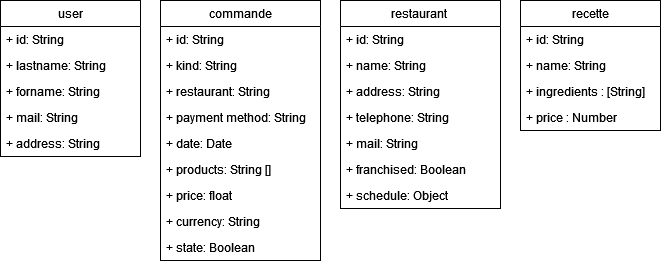
Above: Database model/DatabaseModel.drawio.png in obaconnais/good_food_2.0 (draw.io), before the change. Source tidied: cells renumbered, new cells last; positions are measured from the earlier drawing's top-left corner, leaving out a move shared by most shapes.
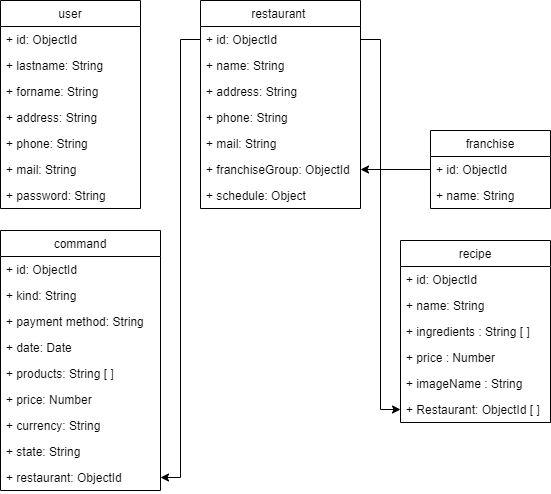
After the change.

Change to the diagram source:
```diff
@@ -3,9 +3,9 @@
     <mxCell id="0" />
     <mxCell id="1" parent="0" />
     <mxCell id="2" value="user" style="swimlane;fontStyle=0;horizontal=1;startSize=26;fillColor=none;" parent="1" vertex="1">
-      <mxGeometry width="140" height="156" as="geometry" />
+      <mxGeometry x="100" y="-80" width="140" height="208" as="geometry" />
     </mxCell>
-    <mxCell id="3" value="+ id: String" style="text;strokeColor=none;fillColor=none;align=left;verticalAlign=top;spacingLeft=4;spacingRight=4;overflow=hidden;" parent="2" vertex="1">
+    <mxCell id="3" value="+ id: ObjectId" style="text;strokeColor=none;fillColor=none;align=left;verticalAlign=top;spacingLeft=4;spacingRight=4;overflow=hidden;" parent="2" vertex="1">
       <mxGeometry y="26" width="140" height="26" as="geometry" />
     </mxCell>
     <mxCell id="4" value="+ lastname: String" style="text;strokeColor=none;fillColor=none;align=left;verticalAlign=top;spacingLeft=4;spacingRight=4;overflow=hidden;" parent="2" vertex="1">
@@ -14,16 +14,22 @@
     <mxCell id="5" value="+ forname: String" style="text;strokeColor=none;fillColor=none;align=left;verticalAlign=top;spacingLeft=4;spacingRight=4;overflow=hidden;" parent="2" vertex="1">
       <mxGeometry y="78" width="140" height="26" as="geometry" />
     </mxCell>
+    <mxCell id="31" value="+ address: String" style="text;strokeColor=none;fillColor=none;align=left;verticalAlign=top;spacingLeft=4;spacingRight=4;overflow=hidden;" parent="2" vertex="1">
+      <mxGeometry y="104" width="140" height="26" as="geometry" />
+    </mxCell>
+    <mxCell id="7" value="+ phone: String" style="text;strokeColor=none;fillColor=none;align=left;verticalAlign=top;spacingLeft=4;spacingRight=4;overflow=hidden;" parent="2" vertex="1">
+      <mxGeometry y="130" width="140" height="26" as="geometry" />
+    </mxCell>
     <mxCell id="6" value="+ mail: String" style="text;strokeColor=none;fillColor=none;align=left;verticalAlign=top;spacingLeft=4;spacingRight=4;overflow=hidden;" parent="2" vertex="1">
-      <mxGeometry y="104" width="140" height="26" as="geometry" />
+      <mxGeometry y="156" width="140" height="26" as="geometry" />
     </mxCell>
-    <mxCell id="7" value="+ address: String" style="text;strokeColor=none;fillColor=none;align=left;verticalAlign=top;spacingLeft=4;spacingRight=4;overflow=hidden;" parent="2" vertex="1">
-      <mxGeometry y="130" width="140" height="26" as="geometry" />
-    </mxCell>
+    <mxCell id="32" value="+ password: String" style="text;strokeColor=none;fillColor=none;align=left;verticalAlign=top;spacingLeft=4;spacingRight=4;overflow=hidden;" parent="2" vertex="1">
+      <mxGeometry y="182" width="140" height="26" as="geometry" />
+    </mxCell>
     <mxCell id="8" value="restaurant " style="swimlane;fontStyle=0;horizontal=1;startSize=26;fillColor=none;" parent="1" vertex="1">
-      <mxGeometry x="340" width="160" height="208" as="geometry" />
+      <mxGeometry x="300" y="-80" width="160" height="208" as="geometry" />
     </mxCell>
-    <mxCell id="9" value="+ id: String" style="text;strokeColor=none;fillColor=none;align=left;verticalAlign=top;spacingLeft=4;spacingRight=4;overflow=hidden;points=[[0,0.5],[1,0.5]];portConstraint=eastwest;" parent="8" vertex="1">
+    <mxCell id="9" value="+ id: ObjectId" style="text;strokeColor=none;fillColor=none;align=left;verticalAlign=top;spacingLeft=4;spacingRight=4;overflow=hidden;points=[[0,0.5],[1,0.5]];portConstraint=eastwest;" parent="8" vertex="1">
       <mxGeometry y="26" width="160" height="26" as="geometry" />
     </mxCell>
     <mxCell id="10" value="+ name: String" style="text;strokeColor=none;fillColor=none;align=left;verticalAlign=top;spacingLeft=4;spacingRight=4;overflow=hidden;" parent="8" vertex="1">
@@ -32,62 +38,86 @@
     <mxCell id="11" value="+ address: String" style="text;strokeColor=none;fillColor=none;align=left;verticalAlign=top;spacingLeft=4;spacingRight=4;overflow=hidden;" parent="8" vertex="1">
       <mxGeometry y="78" width="160" height="26" as="geometry" />
     </mxCell>
-    <mxCell id="12" value="+ telephone: String" style="text;strokeColor=none;fillColor=none;align=left;verticalAlign=top;spacingLeft=4;spacingRight=4;overflow=hidden;" parent="8" vertex="1">
+    <mxCell id="12" value="+ phone: String" style="text;strokeColor=none;fillColor=none;align=left;verticalAlign=top;spacingLeft=4;spacingRight=4;overflow=hidden;" parent="8" vertex="1">
       <mxGeometry y="104" width="160" height="26" as="geometry" />
     </mxCell>
     <mxCell id="13" value="+ mail: String" style="text;strokeColor=none;fillColor=none;align=left;verticalAlign=top;spacingLeft=4;spacingRight=4;overflow=hidden;" parent="8" vertex="1">
       <mxGeometry y="130" width="160" height="26" as="geometry" />
     </mxCell>
-    <mxCell id="14" value="+ franchised: Boolean" style="text;strokeColor=none;fillColor=none;align=left;verticalAlign=top;spacingLeft=4;spacingRight=4;overflow=hidden;points=[[0,0.5],[1,0.5]];portConstraint=eastwest;" parent="8" vertex="1">
+    <mxCell id="14" value="+ franchiseGroup: ObjectId" style="text;strokeColor=none;fillColor=none;align=left;verticalAlign=top;spacingLeft=4;spacingRight=4;overflow=hidden;points=[[0,0.5],[1,0.5]];portConstraint=eastwest;" parent="8" vertex="1">
       <mxGeometry y="156" width="160" height="26" as="geometry" />
     </mxCell>
     <mxCell id="15" value="+ schedule: Object" style="text;strokeColor=none;fillColor=none;align=left;verticalAlign=top;spacingLeft=4;spacingRight=4;overflow=hidden;" parent="8" vertex="1">
       <mxGeometry y="182" width="160" height="26" as="geometry" />
     </mxCell>
-    <mxCell id="16" value="recette" style="swimlane;fontStyle=0;horizontal=1;startSize=26;fillColor=none;" parent="1" vertex="1">
-      <mxGeometry x="520" width="140" height="130" as="geometry" />
+    <mxCell id="16" value="franchise" style="swimlane;fontStyle=0;horizontal=1;startSize=26;fillColor=none;" parent="1" vertex="1">
+      <mxGeometry x="530" y="50" width="120" height="78" as="geometry" />
     </mxCell>
-    <mxCell id="17" value="+ id: String" style="text;strokeColor=none;fillColor=none;align=left;verticalAlign=top;spacingLeft=4;spacingRight=4;overflow=hidden;points=[[0,0.5],[1,0.5]];portConstraint=eastwest;" parent="16" vertex="1">
-      <mxGeometry y="26" width="140" height="26" as="geometry" />
+    <mxCell id="17" value="+ id: ObjectId" style="text;strokeColor=none;fillColor=none;align=left;verticalAlign=top;spacingLeft=4;spacingRight=4;overflow=hidden;points=[[0,0.5],[1,0.5]];portConstraint=eastwest;" parent="16" vertex="1">
+      <mxGeometry y="26" width="120" height="26" as="geometry" />
     </mxCell>
     <mxCell id="18" value="+ name: String" style="text;strokeColor=none;fillColor=none;align=left;verticalAlign=top;spacingLeft=4;spacingRight=4;overflow=hidden;" parent="16" vertex="1">
-      <mxGeometry y="52" width="140" height="26" as="geometry" />
+      <mxGeometry y="52" width="120" height="26" as="geometry" />
     </mxCell>
-    <mxCell id="19" value="+ ingredients : [String]" style="text;strokeColor=none;fillColor=none;align=left;verticalAlign=top;spacingLeft=4;spacingRight=4;overflow=hidden;" parent="16" vertex="1">
-      <mxGeometry y="78" width="140" height="26" as="geometry" />
-    </mxCell>
-    <mxCell id="20" value="+ price : Number" style="text;strokeColor=none;fillColor=none;align=left;verticalAlign=top;spacingLeft=4;spacingRight=4;overflow=hidden;" parent="16" vertex="1">
-      <mxGeometry y="104" width="140" height="26" as="geometry" />
-    </mxCell>
-    <mxCell id="21" value="commande" style="swimlane;fontStyle=0;horizontal=1;startSize=26;fillColor=none;" parent="1" vertex="1">
-      <mxGeometry x="160" width="160" height="260" as="geometry" />
+    <mxCell id="21" value="command" style="swimlane;fontStyle=0;horizontal=1;startSize=26;fillColor=none;" parent="1" vertex="1">
+      <mxGeometry x="100" y="150" width="160" height="260" as="geometry" />
     </mxCell>
-    <mxCell id="22" value="+ id: String" style="text;strokeColor=none;fillColor=none;align=left;verticalAlign=top;spacingLeft=4;spacingRight=4;overflow=hidden;" parent="21" vertex="1">
+    <mxCell id="22" value="+ id: ObjectId" style="text;strokeColor=none;fillColor=none;align=left;verticalAlign=top;spacingLeft=4;spacingRight=4;overflow=hidden;" parent="21" vertex="1">
       <mxGeometry y="26" width="160" height="26" as="geometry" />
     </mxCell>
     <mxCell id="23" value="+ kind: String" style="text;strokeColor=none;fillColor=none;align=left;verticalAlign=top;spacingLeft=4;spacingRight=4;overflow=hidden;" parent="21" vertex="1">
       <mxGeometry y="52" width="160" height="26" as="geometry" />
     </mxCell>
-    <mxCell id="24" value="+ restaurant: String" style="text;strokeColor=none;fillColor=none;align=left;verticalAlign=top;spacingLeft=4;spacingRight=4;overflow=hidden;points=[[0,0.5],[1,0.5]];portConstraint=eastwest;" parent="21" vertex="1">
-      <mxGeometry y="78" width="160" height="26" as="geometry" />
-    </mxCell>
     <mxCell id="25" value="+ payment method: String" style="text;strokeColor=none;fillColor=none;align=left;verticalAlign=top;spacingLeft=4;spacingRight=4;overflow=hidden;" parent="21" vertex="1">
-      <mxGeometry y="104" width="160" height="26" as="geometry" />
+      <mxGeometry y="78" width="160" height="26" as="geometry" />
     </mxCell>
     <mxCell id="26" value="+ date: Date" style="text;strokeColor=none;fillColor=none;align=left;verticalAlign=top;spacingLeft=4;spacingRight=4;overflow=hidden;" parent="21" vertex="1">
-      <mxGeometry y="130" width="160" height="26" as="geometry" />
+      <mxGeometry y="104" width="160" height="26" as="geometry" />
     </mxCell>
-    <mxCell id="27" value="+ products: String []" style="text;strokeColor=none;fillColor=none;align=left;verticalAlign=top;spacingLeft=4;spacingRight=4;overflow=hidden;" parent="21" vertex="1">
-      <mxGeometry y="156" width="160" height="26" as="geometry" />
+    <mxCell id="27" value="+ products: String [ ]" style="text;strokeColor=none;fillColor=none;align=left;verticalAlign=top;spacingLeft=4;spacingRight=4;overflow=hidden;" parent="21" vertex="1">
+      <mxGeometry y="130" width="160" height="26" as="geometry" />
     </mxCell>
-    <mxCell id="28" value="+ price: float" style="text;strokeColor=none;fillColor=none;align=left;verticalAlign=top;spacingLeft=4;spacingRight=4;overflow=hidden;" parent="21" vertex="1">
-      <mxGeometry y="182" width="160" height="26" as="geometry" />
+    <mxCell id="28" value="+ price: Number" style="text;strokeColor=none;fillColor=none;align=left;verticalAlign=top;spacingLeft=4;spacingRight=4;overflow=hidden;" parent="21" vertex="1">
+      <mxGeometry y="156" width="160" height="26" as="geometry" />
     </mxCell>
     <mxCell id="29" value="+ currency: String" style="text;strokeColor=none;fillColor=none;align=left;verticalAlign=top;spacingLeft=4;spacingRight=4;overflow=hidden;" parent="21" vertex="1">
-      <mxGeometry y="208" width="160" height="26" as="geometry" />
+      <mxGeometry y="182" width="160" height="26" as="geometry" />
     </mxCell>
-    <mxCell id="30" value="+ state: Boolean" style="text;strokeColor=none;fillColor=none;align=left;verticalAlign=top;spacingLeft=4;spacingRight=4;overflow=hidden;" parent="21" vertex="1">
-      <mxGeometry y="234" width="160" height="26" as="geometry" />
+    <mxCell id="30" value="+ state: String" style="text;strokeColor=none;fillColor=none;align=left;verticalAlign=top;spacingLeft=4;spacingRight=4;overflow=hidden;" parent="21" vertex="1">
+      <mxGeometry y="208" width="160" height="26" as="geometry" />
     </mxCell>
+    <mxCell id="24" value="+ restaurant: ObjectId" style="text;strokeColor=none;fillColor=none;align=left;verticalAlign=top;spacingLeft=4;spacingRight=4;overflow=hidden;points=[[0,0.5],[1,0.5]];portConstraint=eastwest;" parent="21" vertex="1">
+      <mxGeometry y="234" width="160" height="26" as="geometry" />
+    </mxCell>
+    <mxCell id="33" value="recipe" style="swimlane;fontStyle=0;horizontal=1;startSize=26;fillColor=none;" parent="1" vertex="1">
+      <mxGeometry x="500" y="160" width="150" height="182" as="geometry" />
+    </mxCell>
+    <mxCell id="34" value="+ id: ObjectId" style="text;strokeColor=none;fillColor=none;align=left;verticalAlign=top;spacingLeft=4;spacingRight=4;overflow=hidden;" parent="33" vertex="1">
+      <mxGeometry y="26" width="150" height="26" as="geometry" />
+    </mxCell>
+    <mxCell id="35" value="+ name: String" style="text;strokeColor=none;fillColor=none;align=left;verticalAlign=top;spacingLeft=4;spacingRight=4;overflow=hidden;" parent="33" vertex="1">
+      <mxGeometry y="52" width="150" height="26" as="geometry" />
+    </mxCell>
+    <mxCell id="36" value="+ ingredients : String [ ]" style="text;strokeColor=none;fillColor=none;align=left;verticalAlign=top;spacingLeft=4;spacingRight=4;overflow=hidden;" parent="33" vertex="1">
+      <mxGeometry y="78" width="150" height="26" as="geometry" />
+    </mxCell>
+    <mxCell id="20" value="+ price : Number" style="text;strokeColor=none;fillColor=none;align=left;verticalAlign=top;spacingLeft=4;spacingRight=4;overflow=hidden;" parent="33" vertex="1">
+      <mxGeometry y="104" width="150" height="26" as="geometry" />
+    </mxCell>
+    <mxCell id="37" value="+ imageName : String" style="text;strokeColor=none;fillColor=none;align=left;verticalAlign=top;spacingLeft=4;spacingRight=4;overflow=hidden;" parent="33" vertex="1">
+      <mxGeometry y="130" width="150" height="26" as="geometry" />
+    </mxCell>
+    <mxCell id="38" value="+ Restaurant: ObjectId [ ]" style="text;strokeColor=none;fillColor=none;align=left;verticalAlign=top;spacingLeft=4;spacingRight=4;overflow=hidden;points=[[0,0.5],[1,0.5]];portConstraint=eastwest;" parent="33" vertex="1">
+      <mxGeometry y="156" width="150" height="26" as="geometry" />
+    </mxCell>
+    <mxCell id="39" style="edgeStyle=orthogonalEdgeStyle;rounded=0;jettySize=auto;html=1;" parent="1" edge="1" source="9" target="24">
+      <mxGeometry relative="1" as="geometry" />
+    </mxCell>
+    <mxCell id="40" style="edgeStyle=orthogonalEdgeStyle;rounded=0;jettySize=auto;html=1;entryX=0;entryY=0.5;entryDx=0;entryDy=0;" parent="1" edge="1" source="9" target="38">
+      <mxGeometry relative="1" as="geometry" />
+    </mxCell>
+    <mxCell id="41" style="edgeStyle=orthogonalEdgeStyle;rounded=0;jettySize=auto;html=1;" parent="1" edge="1" source="17" target="14">
+      <mxGeometry relative="1" as="geometry" />
+    </mxCell>
   </root>
 </mxGraphModel>
```
